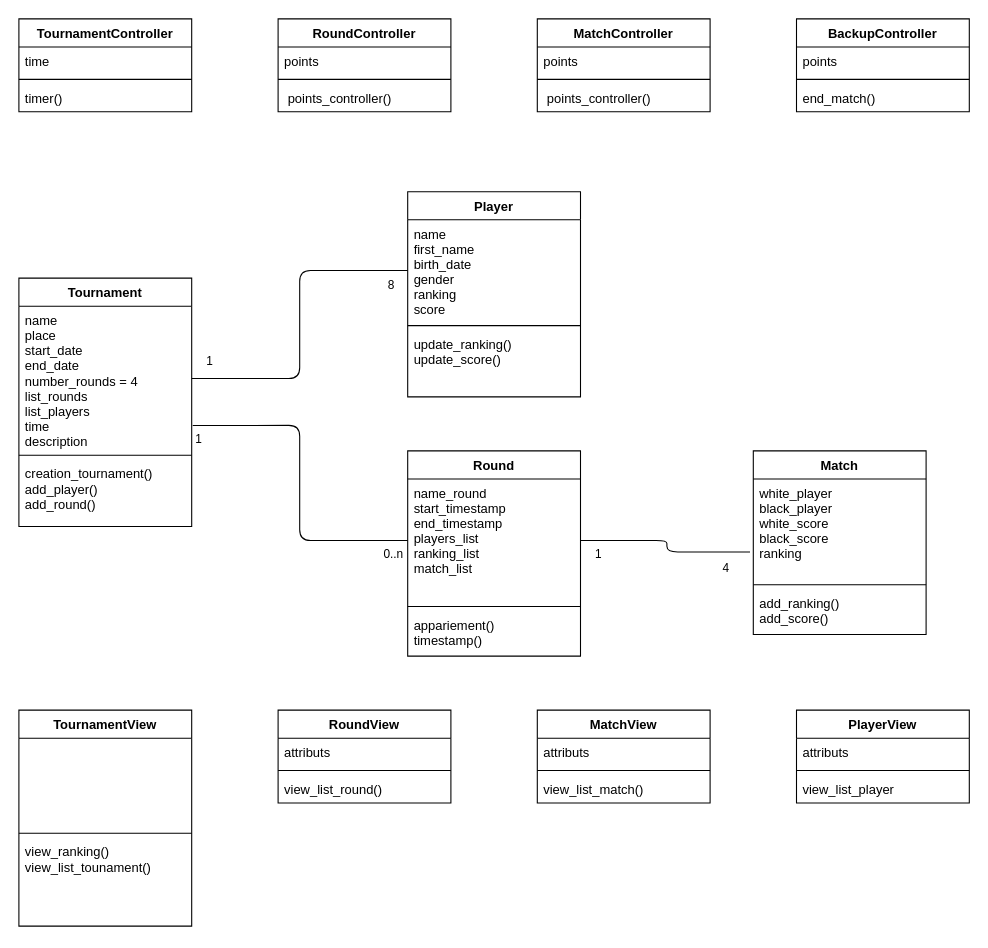
This is diag_class.drawio from seah78/P4, a draw.io file, before an edit. Source tidied: cells renumbered, new cells numbered last; positions are measured from the earlier drawing's top-left corner, leaving out a move shared by most shapes. Both pictures are drawn from the tidied source at 108%, with x=0, y=0 at pixel (18, 18).
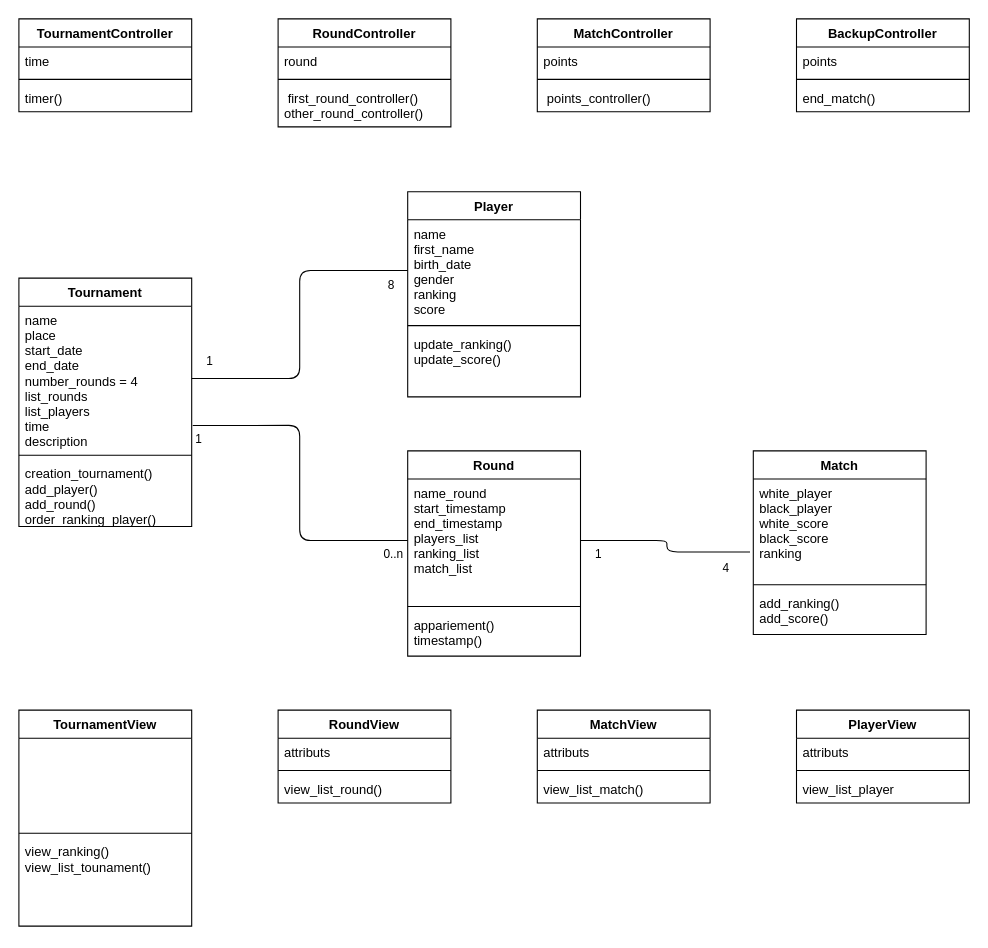
Above is the later version.

Unchanged cells that the change refers to:
```xml
<mxCell id="22" value="Tournament" style="swimlane;fontStyle=1;align=center;verticalAlign=top;horizontal=1;startSize=26;" parent="1" vertex="1">
  <mxGeometry y="240" width="160" height="230" as="geometry" />
</mxCell>
```

The edit, as a diff of the source:
```diff
@@
-    <mxCell id="25" value="creation_tournament()&#10;add_player()&#10;add_round()&#10;" style="text;strokeColor=none;fillColor=none;align=left;verticalAlign=top;spacingLeft=4;spacingRight=4;overflow=hidden;" parent="22" vertex="1">
+    <mxCell id="25" value="creation_tournament()&#10;add_player()&#10;add_round()&#10;order_ranking_player()" style="text;strokeColor=none;fillColor=none;align=left;verticalAlign=top;spacingLeft=4;spacingRight=4;overflow=hidden;" parent="22" vertex="1">
       <mxGeometry y="168" width="160" height="62" as="geometry" />
     </mxCell>
@@
     <mxCell id="55" value="RoundController" style="swimlane;fontStyle=1;align=center;verticalAlign=top;horizontal=1;startSize=26;" parent="1" vertex="1">
-      <mxGeometry x="240" width="160" height="86" as="geometry" />
+      <mxGeometry x="240" width="160" height="100" as="geometry" />
     </mxCell>
-    <mxCell id="56" value="points" style="text;strokeColor=none;fillColor=none;align=left;verticalAlign=top;spacingLeft=4;spacingRight=4;overflow=hidden;" parent="55" vertex="1">
+    <mxCell id="56" value="round" style="text;strokeColor=none;fillColor=none;align=left;verticalAlign=top;spacingLeft=4;spacingRight=4;overflow=hidden;" parent="55" vertex="1">
       <mxGeometry y="26" width="160" height="26" as="geometry" />
     </mxCell>
@@
-    <mxCell id="58" value=" points_controller()" style="text;strokeColor=none;fillColor=none;align=left;verticalAlign=top;spacingLeft=4;spacingRight=4;overflow=hidden;" parent="55" vertex="1">
-      <mxGeometry y="60" width="160" height="26" as="geometry" />
+    <mxCell id="58" value=" first_round_controller()&#10;other_round_controller()" style="text;strokeColor=none;fillColor=none;align=left;verticalAlign=top;spacingLeft=4;spacingRight=4;overflow=hidden;" parent="55" vertex="1">
+      <mxGeometry y="60" width="160" height="40" as="geometry" />
     </mxCell>
```
